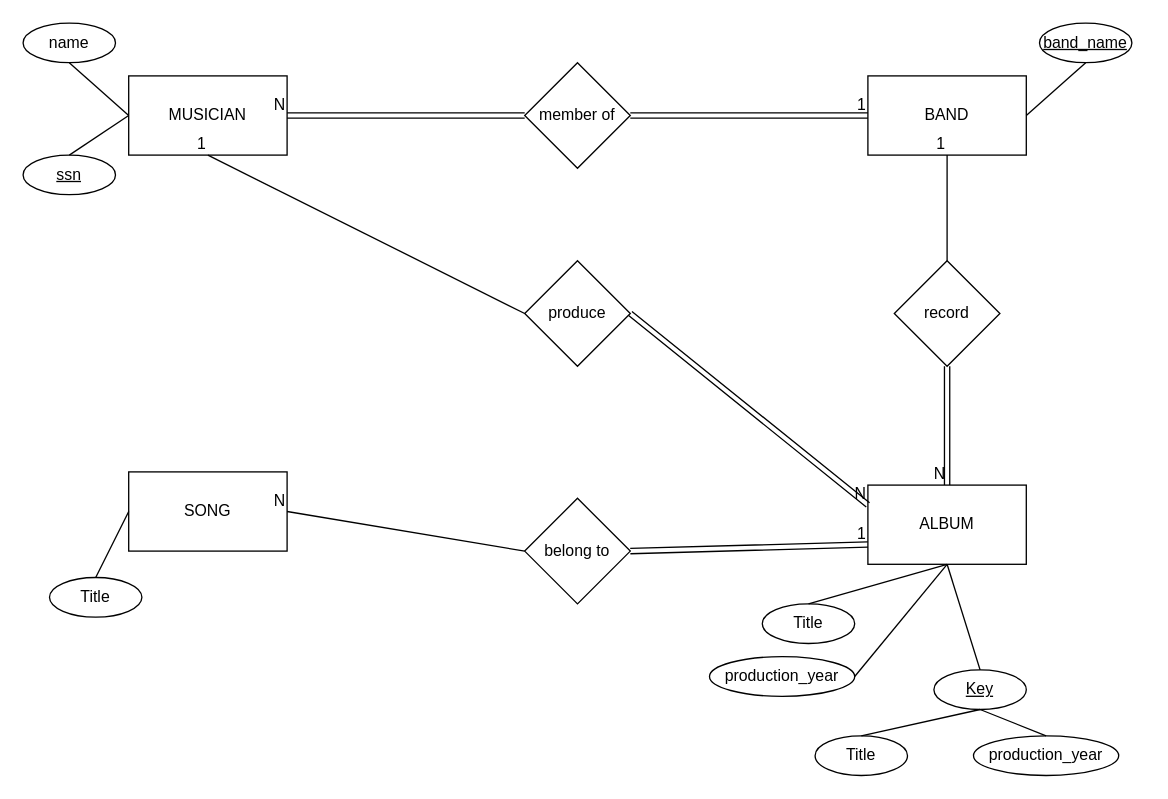
The draw.io diagram page "Page-2" (2 of 2) of HW2.drawio in UsuaOSilver/370_F24, before the edit. Source tidied: cells renumbered, new cells numbered last; positions are measured from the earlier drawing's top-left corner, leaving out a move shared by most shapes. Both pictures are drawn from the tidied source at 132%, with x=0, y=0 at pixel (22, 22).
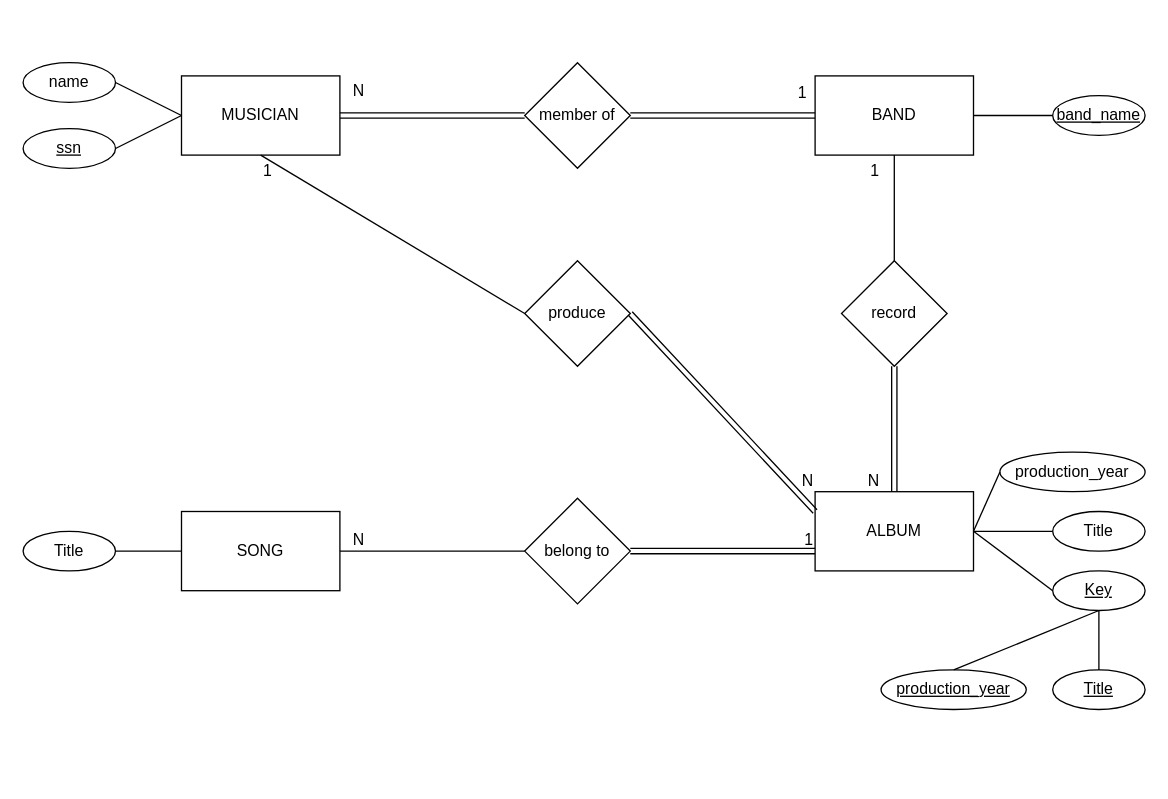
The same diagram, later.

The change refers to these unchanged cells:
```xml
<mxCell id="10" style="shape=link;html=1;rounded=0;entryX=0;entryY=0.5;entryDx=0;entryDy=0;" parent="1" edge="1" source="6" target="3">
  <mxGeometry relative="1" as="geometry" />
</mxCell>
<mxCell id="14" style="endArrow=none;html=1;rounded=0;entryX=0.5;entryY=1;entryDx=0;entryDy=0;exitX=0.5;exitY=0;exitDx=0;exitDy=0;" parent="1" edge="1" source="7" target="3">
  <mxGeometry relative="1" as="geometry" />
</mxCell>
<mxCell id="16" style="shape=link;html=1;rounded=0;entryX=0.5;entryY=0;entryDx=0;entryDy=0;exitX=0.5;exitY=1;exitDx=0;exitDy=0;" parent="1" edge="1" source="7" target="4">
  <mxGeometry relative="1" as="geometry" />
</mxCell>
<mxCell id="18" style="shape=link;html=1;rounded=0;entryX=1;entryY=0.5;entryDx=0;entryDy=0;exitX=0;exitY=0.5;exitDx=0;exitDy=0;" parent="1" edge="1" source="6" target="2">
  <mxGeometry relative="1" as="geometry" />
</mxCell>
<mxCell id="20" style="shape=link;html=1;rounded=0;exitX=1;exitY=0.5;exitDx=0;exitDy=0;entryX=0;entryY=0.25;entryDx=0;entryDy=0;" parent="1" edge="1" source="8" target="4">
  <mxGeometry relative="1" as="geometry" />
</mxCell>
<mxCell id="22" style="endArrow=none;html=1;rounded=0;exitX=0;exitY=0.5;exitDx=0;exitDy=0;entryX=1;entryY=0.5;entryDx=0;entryDy=0;" parent="1" edge="1" source="9" target="5">
  <mxGeometry relative="1" as="geometry" />
</mxCell>
<mxCell id="36" style="endArrow=none;html=1;rounded=0;entryX=0.5;entryY=1;entryDx=0;entryDy=0;exitX=0;exitY=0.5;exitDx=0;exitDy=0;" parent="1" edge="1" source="8" target="2">
  <mxGeometry relative="1" as="geometry" />
</mxCell>
```

What changed in the source:
```diff
@@
     <mxCell id="2" value="MUSICIAN" style="rounded=0;whiteSpace=wrap;html=1;" parent="1" vertex="1">
-      <mxGeometry x="80" y="40" width="120" height="60" as="geometry" />
+      <mxGeometry x="120" y="40" width="120" height="60" as="geometry" />
     </mxCell>
     <mxCell id="3" value="BAND" style="rounded=0;whiteSpace=wrap;html=1;" parent="1" vertex="1">
-      <mxGeometry x="640" y="40" width="120" height="60" as="geometry" />
+      <mxGeometry x="600" y="40" width="120" height="60" as="geometry" />
     </mxCell>
     <mxCell id="4" value="ALBUM" style="rounded=0;whiteSpace=wrap;html=1;" parent="1" vertex="1">
-      <mxGeometry x="640" y="350" width="120" height="60" as="geometry" />
+      <mxGeometry x="600" y="355" width="120" height="60" as="geometry" />
     </mxCell>
     <mxCell id="5" value="SONG" style="rounded=0;whiteSpace=wrap;html=1;" parent="1" vertex="1">
-      <mxGeometry x="80" y="340" width="120" height="60" as="geometry" />
+      <mxGeometry x="120" y="370" width="120" height="60" as="geometry" />
     </mxCell>
@@
     <mxCell id="7" value="record" style="rhombus;whiteSpace=wrap;html=1;" parent="1" vertex="1">
-      <mxGeometry x="660" y="180" width="80" height="80" as="geometry" />
+      <mxGeometry x="620" y="180" width="80" height="80" as="geometry" />
     </mxCell>
@@
     <mxCell id="11" value="1" style="html=1;whiteSpace=wrap;align=right;verticalAlign=bottom;" parent="10" vertex="1">
-      <mxGeometry x="1" relative="1" as="geometry" />
+      <mxGeometry x="1" relative="1" as="geometry">
+        <mxPoint x="-5" y="-9" as="offset" />
+      </mxGeometry>
     </mxCell>
@@
     <mxCell id="15" value="1" style="html=1;whiteSpace=wrap;align=right;verticalAlign=bottom;" parent="14" vertex="1">
-      <mxGeometry x="1" relative="1" as="geometry" />
+      <mxGeometry x="1" relative="1" as="geometry">
+        <mxPoint x="-10" y="20" as="offset" />
+      </mxGeometry>
     </mxCell>
@@
     <mxCell id="17" value="N" style="html=1;whiteSpace=wrap;align=right;verticalAlign=bottom;" parent="16" vertex="1">
-      <mxGeometry x="1" relative="1" as="geometry" />
+      <mxGeometry x="1" relative="1" as="geometry">
+        <mxPoint x="-10" as="offset" />
+      </mxGeometry>
     </mxCell>
@@
     <mxCell id="19" value="N" style="html=1;whiteSpace=wrap;align=right;verticalAlign=bottom;" parent="18" vertex="1">
-      <mxGeometry x="1" relative="1" as="geometry" />
+      <mxGeometry x="1" relative="1" as="geometry">
+        <mxPoint x="20" y="-10" as="offset" />
+      </mxGeometry>
     </mxCell>
@@
     <mxCell id="21" value="N" style="html=1;whiteSpace=wrap;align=right;verticalAlign=bottom;" parent="20" vertex="1">
-      <mxGeometry x="1" relative="1" as="geometry" />
+      <mxGeometry x="1" relative="1" as="geometry">
+        <mxPoint y="-15" as="offset" />
+      </mxGeometry>
     </mxCell>
@@
     <mxCell id="23" value="N" style="html=1;whiteSpace=wrap;align=right;verticalAlign=bottom;" parent="22" vertex="1">
-      <mxGeometry x="1" relative="1" as="geometry" />
+      <mxGeometry x="1" relative="1" as="geometry">
+        <mxPoint x="20" as="offset" />
+      </mxGeometry>
     </mxCell>
     <mxCell id="24" value="Title" style="ellipse;whiteSpace=wrap;html=1;" parent="1" vertex="1">
-      <mxGeometry x="20" y="420" width="70" height="30" as="geometry" />
+      <mxGeometry y="385" width="70" height="30" as="geometry" />
     </mxCell>
-    <mxCell id="25" style="endArrow=none;html=1;rounded=0;exitX=0.5;exitY=0;exitDx=0;exitDy=0;entryX=0;entryY=0.5;entryDx=0;entryDy=0;" parent="1" edge="1" source="24" target="5">
+    <mxCell id="25" style="endArrow=none;html=1;rounded=0;exitX=1;exitY=0.5;exitDx=0;exitDy=0;entryX=0;entryY=0.5;entryDx=0;entryDy=0;" parent="1" edge="1" source="24" target="5">
       <mxGeometry relative="1" as="geometry" />
     </mxCell>
     <mxCell id="26" value="Title" style="ellipse;whiteSpace=wrap;html=1;" parent="1" vertex="1">
-      <mxGeometry x="560" y="440" width="70" height="30" as="geometry" />
+      <mxGeometry x="780" y="370" width="70" height="30" as="geometry" />
     </mxCell>
     <mxCell id="27" value="production_year" style="ellipse;whiteSpace=wrap;html=1;" parent="1" vertex="1">
-      <mxGeometry x="520" y="480" width="110" height="30" as="geometry" />
+      <mxGeometry x="740" y="325" width="110" height="30" as="geometry" />
     </mxCell>
     <mxCell id="28" value="&lt;u&gt;Key&lt;/u&gt;" style="ellipse;whiteSpace=wrap;html=1;" parent="1" vertex="1">
-      <mxGeometry x="690" y="490" width="70" height="30" as="geometry" />
+      <mxGeometry x="780" y="415" width="70" height="30" as="geometry" />
     </mxCell>
-    <mxCell id="29" value="Title" style="ellipse;whiteSpace=wrap;html=1;" parent="1" vertex="1">
-      <mxGeometry x="600" y="540" width="70" height="30" as="geometry" />
+    <mxCell id="29" value="&lt;u&gt;Title&lt;/u&gt;" style="ellipse;whiteSpace=wrap;html=1;" parent="1" vertex="1">
+      <mxGeometry x="780" y="490" width="70" height="30" as="geometry" />
     </mxCell>
-    <mxCell id="30" value="production_year" style="ellipse;whiteSpace=wrap;html=1;" parent="1" vertex="1">
-      <mxGeometry x="720" y="540" width="110" height="30" as="geometry" />
+    <mxCell id="30" value="&lt;u&gt;production_year&lt;/u&gt;" style="ellipse;whiteSpace=wrap;html=1;" parent="1" vertex="1">
+      <mxGeometry x="650" y="490" width="110" height="30" as="geometry" />
     </mxCell>
-    <mxCell id="31" style="endArrow=none;html=1;rounded=0;exitX=0.5;exitY=0;exitDx=0;exitDy=0;entryX=0.5;entryY=1;entryDx=0;entryDy=0;" parent="1" edge="1" source="26" target="4">
+    <mxCell id="31" style="endArrow=none;html=1;rounded=0;exitX=0;exitY=0.5;exitDx=0;exitDy=0;entryX=1;entryY=0.5;entryDx=0;entryDy=0;" parent="1" edge="1" source="26" target="4">
       <mxGeometry relative="1" as="geometry" />
     </mxCell>
-    <mxCell id="32" style="endArrow=none;html=1;rounded=0;exitX=1;exitY=0.5;exitDx=0;exitDy=0;" parent="1" edge="1" source="27">
-      <mxGeometry relative="1" as="geometry">
-        <mxPoint x="700" y="410" as="targetPoint" />
-      </mxGeometry>
+    <mxCell id="32" style="endArrow=none;html=1;rounded=0;exitX=0;exitY=0.5;exitDx=0;exitDy=0;entryX=1;entryY=0.5;entryDx=0;entryDy=0;" parent="1" edge="1" source="27" target="4">
+      <mxGeometry relative="1" as="geometry" />
     </mxCell>
-    <mxCell id="33" style="endArrow=none;html=1;rounded=0;exitX=0.5;exitY=0;exitDx=0;exitDy=0;entryX=0.5;entryY=1;entryDx=0;entryDy=0;" parent="1" edge="1" source="28" target="4">
+    <mxCell id="33" style="endArrow=none;html=1;rounded=0;entryX=1;entryY=0.5;entryDx=0;entryDy=0;exitX=0;exitY=0.5;exitDx=0;exitDy=0;" parent="1" edge="1" source="28" target="4">
       <mxGeometry relative="1" as="geometry" />
     </mxCell>
@@
     <mxCell id="37" value="1" style="html=1;whiteSpace=wrap;align=right;verticalAlign=bottom;" parent="36" vertex="1">
-      <mxGeometry x="1" relative="1" as="geometry" />
+      <mxGeometry x="1" relative="1" as="geometry">
+        <mxPoint x="10" y="20" as="offset" />
+      </mxGeometry>
     </mxCell>
     <mxCell id="38" value="&lt;u&gt;band_name&lt;/u&gt;" style="ellipse;whiteSpace=wrap;html=1;" parent="1" vertex="1">
-      <mxGeometry x="770" width="70" height="30" as="geometry" />
+      <mxGeometry x="780" y="55" width="70" height="30" as="geometry" />
     </mxCell>
-    <mxCell id="39" style="endArrow=none;html=1;rounded=0;exitX=0.5;exitY=1;exitDx=0;exitDy=0;entryX=1;entryY=0.5;entryDx=0;entryDy=0;" parent="1" edge="1" source="38" target="3">
+    <mxCell id="39" style="endArrow=none;html=1;rounded=0;exitX=0;exitY=0.5;exitDx=0;exitDy=0;entryX=1;entryY=0.5;entryDx=0;entryDy=0;" parent="1" edge="1" source="38" target="3">
       <mxGeometry relative="1" as="geometry" />
     </mxCell>
     <mxCell id="40" value="&lt;u&gt;ssn&lt;/u&gt;" style="ellipse;whiteSpace=wrap;html=1;" parent="1" vertex="1">
-      <mxGeometry y="100" width="70" height="30" as="geometry" />
+      <mxGeometry y="80" width="70" height="30" as="geometry" />
     </mxCell>
     <mxCell id="41" value="name" style="ellipse;whiteSpace=wrap;html=1;" parent="1" vertex="1">
-      <mxGeometry width="70" height="30" as="geometry" />
+      <mxGeometry y="30" width="70" height="30" as="geometry" />
     </mxCell>
+    <mxCell id="43" style="endArrow=none;html=1;rounded=0;entryX=1;entryY=0.5;entryDx=0;entryDy=0;exitX=0;exitY=0.5;exitDx=0;exitDy=0;" parent="1" edge="1" source="2" target="41">
+      <mxGeometry relative="1" as="geometry" />
+    </mxCell>
-    <mxCell id="42" style="endArrow=none;html=1;rounded=0;exitX=0;exitY=0.5;exitDx=0;exitDy=0;entryX=0.5;entryY=0;entryDx=0;entryDy=0;" parent="1" edge="1" source="2" target="40">
+    <mxCell id="42" style="endArrow=none;html=1;rounded=0;entryX=1;entryY=0.5;entryDx=0;entryDy=0;exitX=0;exitY=0.5;exitDx=0;exitDy=0;" parent="1" edge="1" source="2" target="40">
       <mxGeometry relative="1" as="geometry" />
     </mxCell>
-    <mxCell id="43" style="endArrow=none;html=1;rounded=0;entryX=0.5;entryY=1;entryDx=0;entryDy=0;" parent="1" edge="1" target="41">
-      <mxGeometry relative="1" as="geometry">
-        <mxPoint x="80" y="70" as="sourcePoint" />
-      </mxGeometry>
-    </mxCell>
```
